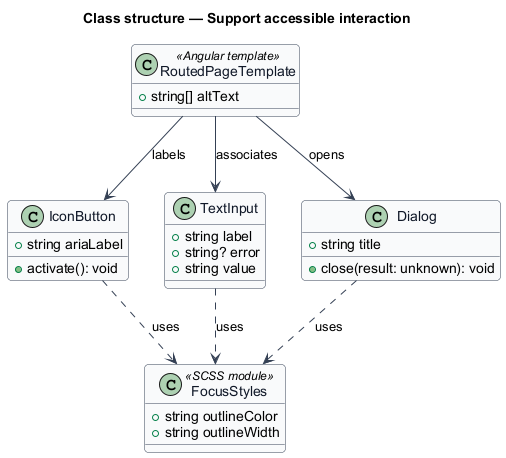
QuinntyneBrown/saturdaze keeps this PlantUML diagram as docs/detailed-designs/web-experience/support-accessible-interaction/diagrams/class-structure.png. Above is the earlier version.
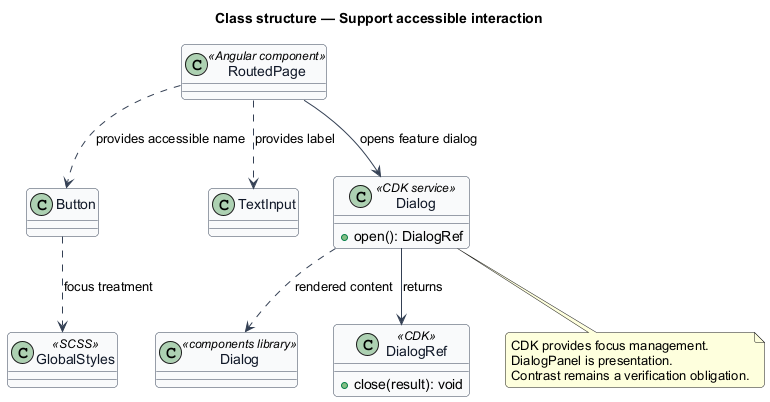
After the commit.

Change to the diagram source:
```diff
@@ -11,30 +11,26 @@
 }
 title Class structure — Support accessible interaction
 
-class IconButton {
-  +string ariaLabel
-  +activate(): void
+class RoutedPage <<Angular component>>
+class Button
+class TextInput
+class "Dialog" as DialogPanel <<components library>>
+class "Dialog" as Dialog <<CDK service>> {
+  +open(): DialogRef
 }
-class TextInput {
-  +string label
-  +string? error
-  +string value
+class DialogRef <<CDK>> {
+  +close(result): void
 }
-class Dialog {
-  +string title
-  +close(result: unknown): void
-}
-class FocusStyles <<SCSS module>> {
-  +string outlineColor
-  +string outlineWidth
-}
-class RoutedPageTemplate <<Angular template>> {
-  +string[] altText
-}
-RoutedPageTemplate --> IconButton : labels
-RoutedPageTemplate --> TextInput : associates
-RoutedPageTemplate --> Dialog : opens
-IconButton ..> FocusStyles : uses
-TextInput ..> FocusStyles : uses
-Dialog ..> FocusStyles : uses
+class GlobalStyles <<SCSS>>
+RoutedPage ..> Button : provides accessible name
+RoutedPage ..> TextInput : provides label
+RoutedPage --> Dialog : opens feature dialog
+Dialog --> DialogRef : returns
+Dialog ..> DialogPanel : rendered content
+Button ..> GlobalStyles : focus treatment
+note bottom of Dialog
+CDK provides focus management.
+DialogPanel is presentation.
+Contrast remains a verification obligation.
+end note
 @enduml
```
